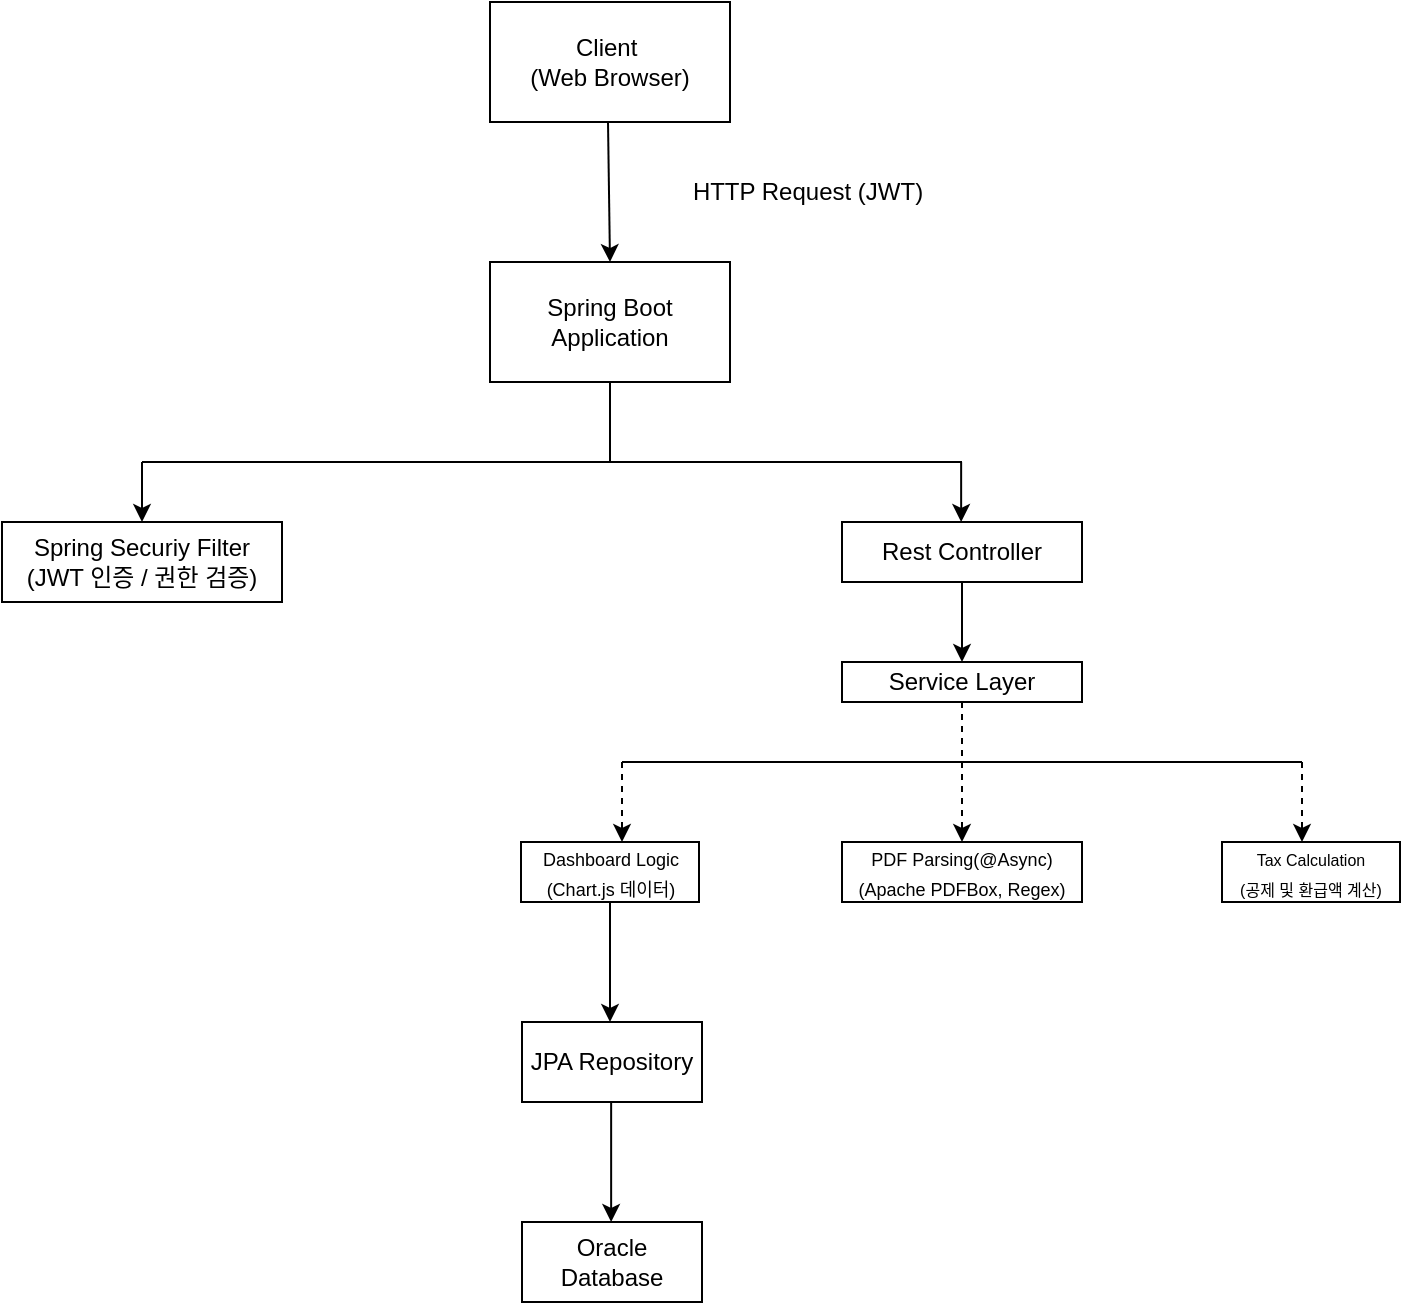
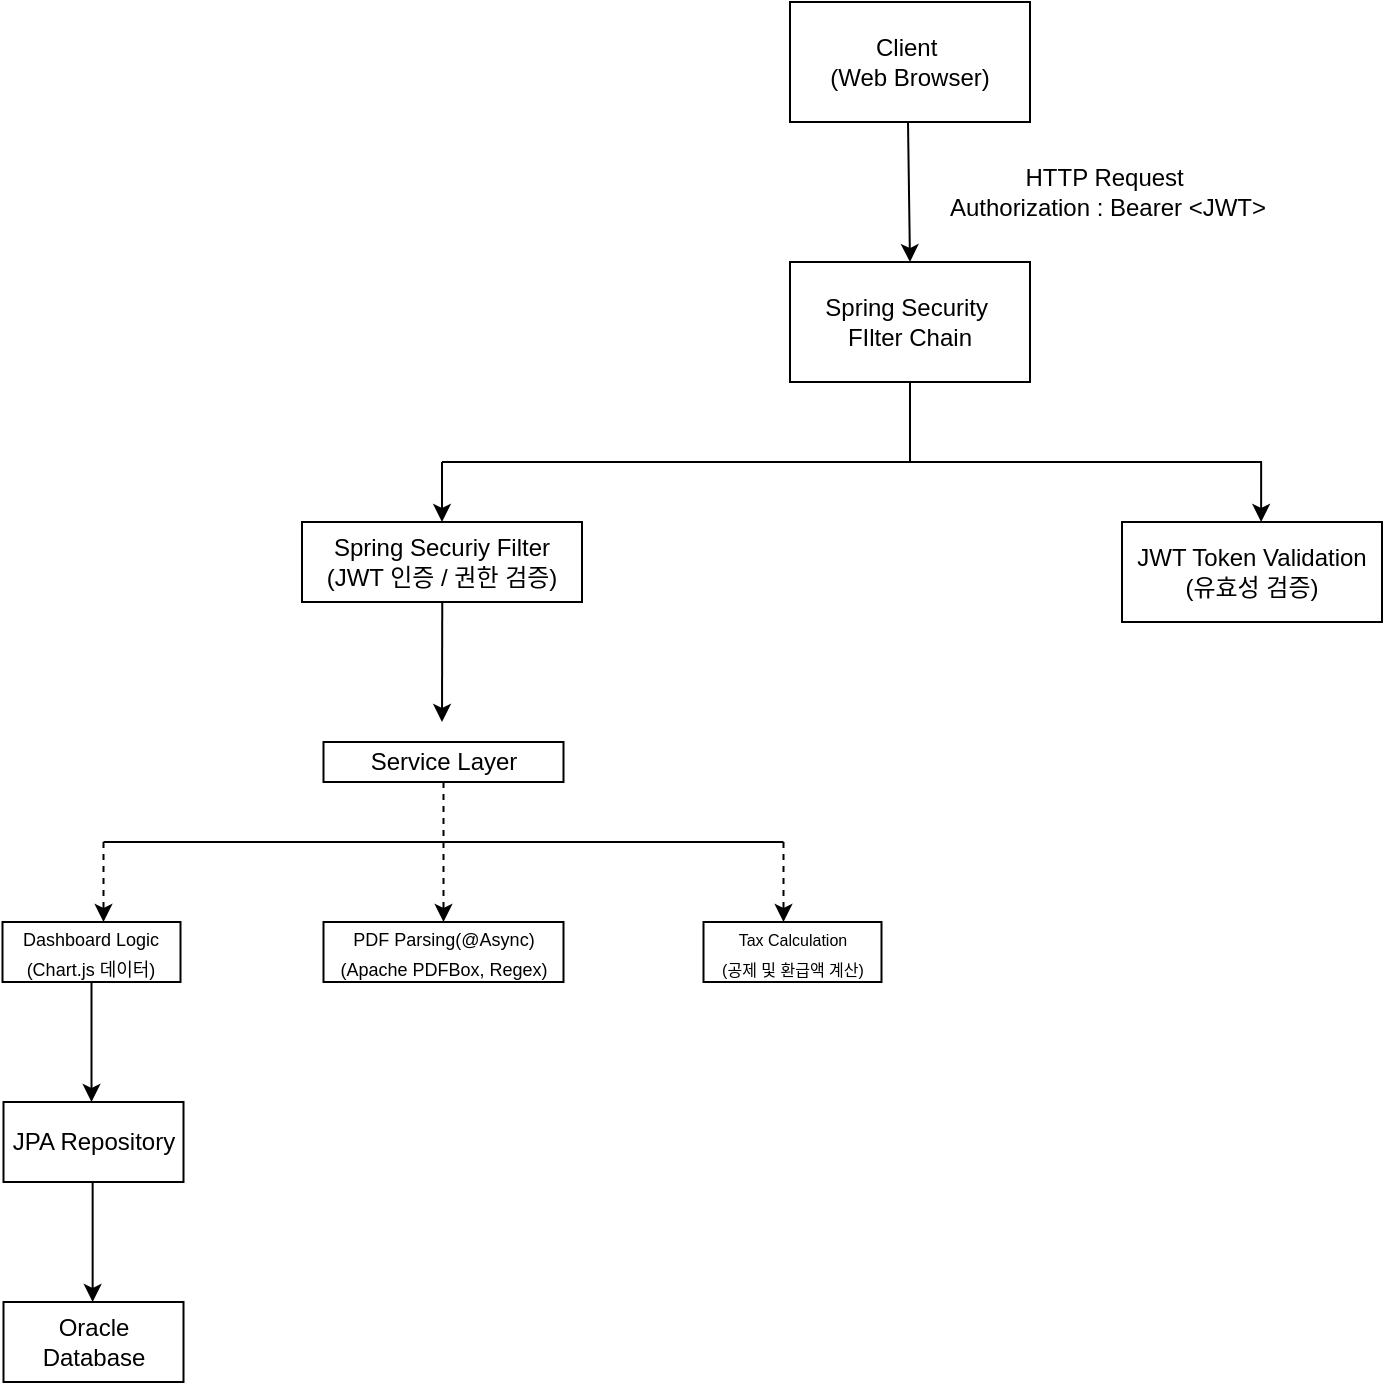
<mxfile host="app.diagrams.net" agent="Mozilla/5.0 (Windows NT 10.0; Win64; x64) AppleWebKit/537.36 (KHTML, like Gecko) Chrome/150.0.0.0 Safari/537.36" version="28.2.8">
  <diagram name="페이지-1" id="4kp-m6i04VOWGrunXJ56">
-     <mxGraphModel dx="906" dy="458" grid="1" gridSize="10" guides="1" tooltips="1" connect="1" arrows="1" fold="1" page="1" pageScale="1" pageWidth="827" pageHeight="1169" math="0" shadow="0">
+     <mxGraphModel dx="2130" dy="659" grid="1" gridSize="10" guides="1" tooltips="1" connect="1" arrows="1" fold="1" page="1" pageScale="1" pageWidth="827" pageHeight="1169" math="0" shadow="0">
      <root>
        <mxCell id="0" />
        <mxCell id="1" parent="0" />
        <mxCell id="VYmjPpiDpjrAah7BQ8Lu-1" value="Client&amp;nbsp;&lt;div&gt;(Web Browser)&lt;/div&gt;" style="rounded=0;whiteSpace=wrap;html=1;" parent="1" vertex="1">
          <mxGeometry x="354" y="20" width="120" height="60" as="geometry" />
        </mxCell>
-         <mxCell id="wzky8q1Li_-igpvC3kRc-1" value="Spring Boot&lt;div&gt;Application&lt;/div&gt;" style="rounded=0;whiteSpace=wrap;html=1;" vertex="1" parent="1">
+         <mxCell id="wzky8q1Li_-igpvC3kRc-1" value="Spring Security&amp;nbsp;&lt;br&gt;FIlter Chain" style="rounded=0;whiteSpace=wrap;html=1;" vertex="1" parent="1">
          <mxGeometry x="354" y="150" width="120" height="60" as="geometry" />
        </mxCell>
        <mxCell id="wzky8q1Li_-igpvC3kRc-2" value="" style="endArrow=classic;html=1;rounded=0;entryX=0.5;entryY=0;entryDx=0;entryDy=0;" edge="1" parent="1" target="wzky8q1Li_-igpvC3kRc-1">
          <mxGeometry width="50" height="50" relative="1" as="geometry">
            <mxPoint x="413" y="80" as="sourcePoint" />
            <mxPoint x="463" y="30" as="targetPoint" />
          </mxGeometry>
        </mxCell>
-         <mxCell id="wzky8q1Li_-igpvC3kRc-3" value="HTTP Request (JWT)" style="text;html=1;whiteSpace=wrap;strokeColor=none;fillColor=none;align=center;verticalAlign=middle;rounded=0;" vertex="1" parent="1">
+         <mxCell id="wzky8q1Li_-igpvC3kRc-3" value="HTTP Request&amp;nbsp;&lt;div&gt;Authorization : Bearer &amp;lt;JWT&amp;gt;&lt;/div&gt;" style="text;html=1;whiteSpace=wrap;strokeColor=none;fillColor=none;align=center;verticalAlign=middle;rounded=0;" vertex="1" parent="1">
          <mxGeometry x="430" y="100" width="166" height="30" as="geometry" />
        </mxCell>
        <mxCell id="wzky8q1Li_-igpvC3kRc-5" value="" style="endArrow=none;html=1;rounded=0;entryX=0.5;entryY=1;entryDx=0;entryDy=0;" edge="1" parent="1" target="wzky8q1Li_-igpvC3kRc-1">
          <mxGeometry width="50" height="50" relative="1" as="geometry">
            <mxPoint x="414" y="250" as="sourcePoint" />
            <mxPoint x="460" y="240" as="targetPoint" />
          </mxGeometry>
        </mxCell>
        <mxCell id="wzky8q1Li_-igpvC3kRc-7" value="" style="endArrow=none;html=1;rounded=0;" edge="1" parent="1">
          <mxGeometry width="50" height="50" relative="1" as="geometry">
            <mxPoint x="180" y="250" as="sourcePoint" />
            <mxPoint x="590" y="250" as="targetPoint" />
          </mxGeometry>
        </mxCell>
        <mxCell id="wzky8q1Li_-igpvC3kRc-9" value="" style="endArrow=classic;html=1;rounded=0;" edge="1" parent="1">
          <mxGeometry width="50" height="50" relative="1" as="geometry">
            <mxPoint x="180" y="250" as="sourcePoint" />
            <mxPoint x="180" y="280" as="targetPoint" />
          </mxGeometry>
        </mxCell>
        <mxCell id="wzky8q1Li_-igpvC3kRc-10" value="Spring Securiy Filter&lt;div&gt;(JWT 인증 / 권한 검증)&lt;/div&gt;" style="rounded=0;whiteSpace=wrap;html=1;" vertex="1" parent="1">
          <mxGeometry x="110" y="280" width="140" height="40" as="geometry" />
        </mxCell>
        <mxCell id="wzky8q1Li_-igpvC3kRc-11" value="" style="endArrow=classic;html=1;rounded=0;" edge="1" parent="1">
          <mxGeometry width="50" height="50" relative="1" as="geometry">
            <mxPoint x="589.57" y="250" as="sourcePoint" />
            <mxPoint x="589.57" y="280" as="targetPoint" />
          </mxGeometry>
        </mxCell>
-         <mxCell id="wzky8q1Li_-igpvC3kRc-12" value="Rest Controller" style="rounded=0;whiteSpace=wrap;html=1;" vertex="1" parent="1">
-           <mxGeometry x="530" y="280" width="120" height="30" as="geometry" />
+         <mxCell id="wzky8q1Li_-igpvC3kRc-12" value="JWT Token Validation&lt;div&gt;(유효성 검증)&lt;/div&gt;" style="rounded=0;whiteSpace=wrap;html=1;" vertex="1" parent="1">
+           <mxGeometry x="520" y="280" width="130" height="50" as="geometry" />
        </mxCell>
        <mxCell id="wzky8q1Li_-igpvC3kRc-13" value="" style="endArrow=classic;html=1;rounded=0;" edge="1" parent="1">
          <mxGeometry width="50" height="50" relative="1" as="geometry">
-             <mxPoint x="590" y="310" as="sourcePoint" />
-             <mxPoint x="590" y="350" as="targetPoint" />
+             <mxPoint x="180.13" y="320" as="sourcePoint" />
+             <mxPoint x="180" y="380" as="targetPoint" />
          </mxGeometry>
        </mxCell>
        <mxCell id="wzky8q1Li_-igpvC3kRc-14" value="Service Layer" style="rounded=0;whiteSpace=wrap;html=1;" vertex="1" parent="1">
-           <mxGeometry x="530" y="350" width="120" height="20" as="geometry" />
+           <mxGeometry x="120.75" y="390" width="120" height="20" as="geometry" />
        </mxCell>
        <mxCell id="wzky8q1Li_-igpvC3kRc-16" value="" style="endArrow=classic;html=1;rounded=0;dashed=1;" edge="1" parent="1">
          <mxGeometry width="50" height="50" relative="1" as="geometry">
-             <mxPoint x="590" y="370" as="sourcePoint" />
-             <mxPoint x="590" y="440" as="targetPoint" />
+             <mxPoint x="180.75" y="410" as="sourcePoint" />
+             <mxPoint x="180.75" y="480" as="targetPoint" />
          </mxGeometry>
        </mxCell>
        <mxCell id="wzky8q1Li_-igpvC3kRc-17" value="" style="endArrow=none;html=1;rounded=0;" edge="1" parent="1">
          <mxGeometry width="50" height="50" relative="1" as="geometry">
-             <mxPoint x="420" y="400" as="sourcePoint" />
-             <mxPoint x="760" y="400" as="targetPoint" />
+             <mxPoint x="10.75" y="440" as="sourcePoint" />
+             <mxPoint x="350.75" y="440" as="targetPoint" />
          </mxGeometry>
        </mxCell>
        <mxCell id="wzky8q1Li_-igpvC3kRc-18" value="" style="endArrow=classic;html=1;rounded=0;dashed=1;" edge="1" parent="1">
          <mxGeometry width="50" height="50" relative="1" as="geometry">
-             <mxPoint x="420" y="400" as="sourcePoint" />
-             <mxPoint x="420" y="440" as="targetPoint" />
+             <mxPoint x="10.75" y="440" as="sourcePoint" />
+             <mxPoint x="10.75" y="480" as="targetPoint" />
          </mxGeometry>
        </mxCell>
        <mxCell id="wzky8q1Li_-igpvC3kRc-19" value="" style="endArrow=classic;html=1;rounded=0;dashed=1;" edge="1" parent="1">
          <mxGeometry width="50" height="50" relative="1" as="geometry">
-             <mxPoint x="760" y="400" as="sourcePoint" />
-             <mxPoint x="760" y="440" as="targetPoint" />
+             <mxPoint x="350.75" y="440" as="sourcePoint" />
+             <mxPoint x="350.75" y="480" as="targetPoint" />
          </mxGeometry>
        </mxCell>
        <mxCell id="wzky8q1Li_-igpvC3kRc-20" value="&lt;font style=&quot;font-size: 9px;&quot;&gt;Dashboard Logic&lt;/font&gt;&lt;div&gt;&lt;font style=&quot;font-size: 9px;&quot;&gt;(Chart.js 데이터)&lt;/font&gt;&lt;/div&gt;" style="rounded=0;whiteSpace=wrap;html=1;" vertex="1" parent="1">
-           <mxGeometry x="369.5" y="440" width="89" height="30" as="geometry" />
+           <mxGeometry x="-39.75" y="480" width="89" height="30" as="geometry" />
        </mxCell>
        <mxCell id="wzky8q1Li_-igpvC3kRc-21" value="&lt;font style=&quot;font-size: 9px;&quot;&gt;PDF Parsing(@Async)&lt;/font&gt;&lt;div&gt;&lt;font style=&quot;font-size: 9px;&quot;&gt;(Apache PDFBox, Regex)&lt;/font&gt;&lt;/div&gt;" style="rounded=0;whiteSpace=wrap;html=1;" vertex="1" parent="1">
-           <mxGeometry x="530" y="440" width="120" height="30" as="geometry" />
+           <mxGeometry x="120.75" y="480" width="120" height="30" as="geometry" />
        </mxCell>
        <mxCell id="wzky8q1Li_-igpvC3kRc-22" value="&lt;font style=&quot;font-size: 8px;&quot;&gt;Tax Calculation&lt;/font&gt;&lt;div&gt;&lt;font style=&quot;font-size: 8px;&quot;&gt;(공제 및 환급액 계산)&lt;/font&gt;&lt;/div&gt;" style="rounded=0;whiteSpace=wrap;html=1;" vertex="1" parent="1">
-           <mxGeometry x="720" y="440" width="89" height="30" as="geometry" />
+           <mxGeometry x="310.75" y="480" width="89" height="30" as="geometry" />
        </mxCell>
        <mxCell id="wzky8q1Li_-igpvC3kRc-23" value="" style="endArrow=classic;html=1;rounded=0;exitX=0.5;exitY=1;exitDx=0;exitDy=0;" edge="1" parent="1" source="wzky8q1Li_-igpvC3kRc-20">
          <mxGeometry width="50" height="50" relative="1" as="geometry">
-             <mxPoint x="380" y="560" as="sourcePoint" />
-             <mxPoint x="414" y="530" as="targetPoint" />
+             <mxPoint x="-29.25" y="600" as="sourcePoint" />
+             <mxPoint x="4.75" y="570" as="targetPoint" />
            <Array as="points" />
          </mxGeometry>
        </mxCell>
        <mxCell id="wzky8q1Li_-igpvC3kRc-24" value="JPA Repository" style="rounded=0;whiteSpace=wrap;html=1;" vertex="1" parent="1">
-           <mxGeometry x="370" y="530" width="90" height="40" as="geometry" />
+           <mxGeometry x="-39.25" y="570" width="90" height="40" as="geometry" />
        </mxCell>
        <mxCell id="wzky8q1Li_-igpvC3kRc-25" value="" style="endArrow=classic;html=1;rounded=0;exitX=0.5;exitY=1;exitDx=0;exitDy=0;" edge="1" parent="1">
          <mxGeometry width="50" height="50" relative="1" as="geometry">
-             <mxPoint x="414.57" y="570" as="sourcePoint" />
-             <mxPoint x="414.57" y="630" as="targetPoint" />
+             <mxPoint x="5.319999999999993" y="610" as="sourcePoint" />
+             <mxPoint x="5.319999999999993" y="670" as="targetPoint" />
            <Array as="points" />
          </mxGeometry>
        </mxCell>
        <mxCell id="wzky8q1Li_-igpvC3kRc-26" value="Oracle Database" style="rounded=0;whiteSpace=wrap;html=1;" vertex="1" parent="1">
-           <mxGeometry x="370" y="630" width="90" height="40" as="geometry" />
+           <mxGeometry x="-39.25" y="670" width="90" height="40" as="geometry" />
        </mxCell>
      </root>
    </mxGraphModel>
  </diagram>
</mxfile>
